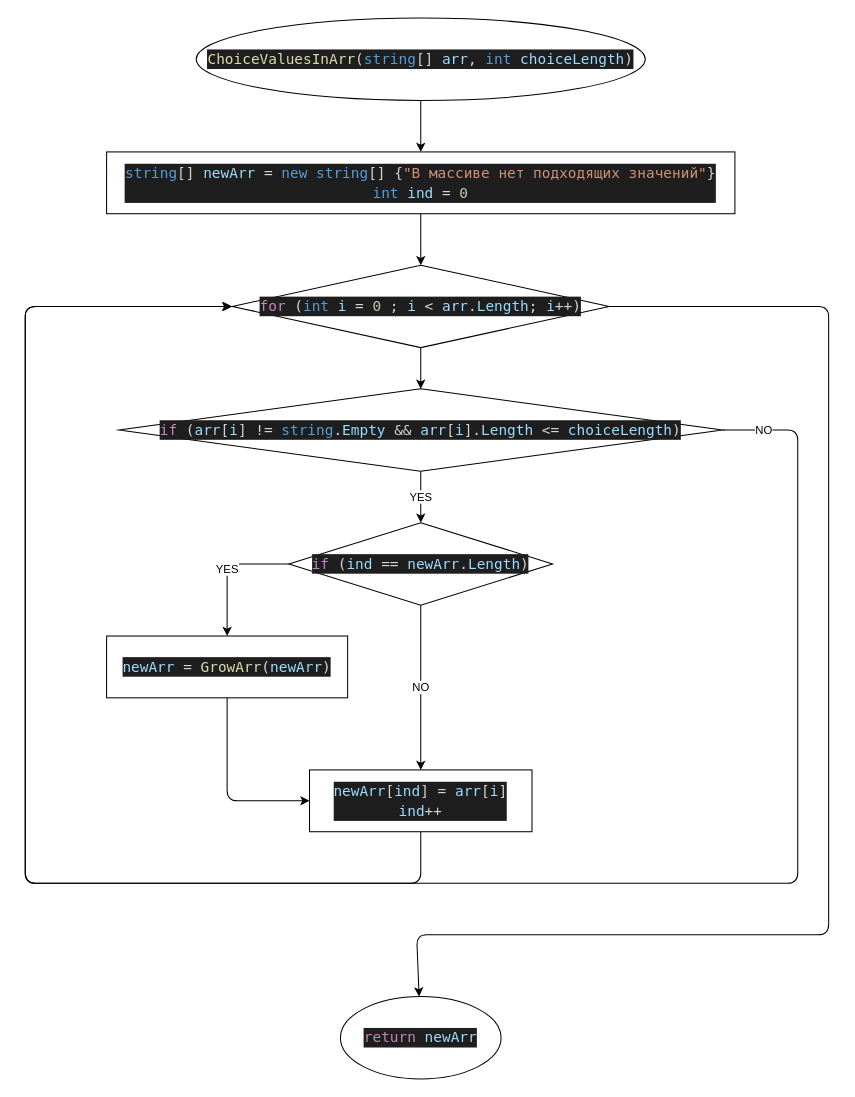
ilya-devel/task-for-choosing-a-specialization keeps this draw.io diagram as page "ChoiceValuesInArr" (5 of 5) of diagram.drawio. Above is the earlier version. Source tidied: cells renumbered, new cells numbered last; positions are measured from the earlier drawing's top-left corner, leaving out a move shared by most shapes. Both pictures are drawn from the tidied source at 103%, with x=0, y=0 at pixel (25, 18).
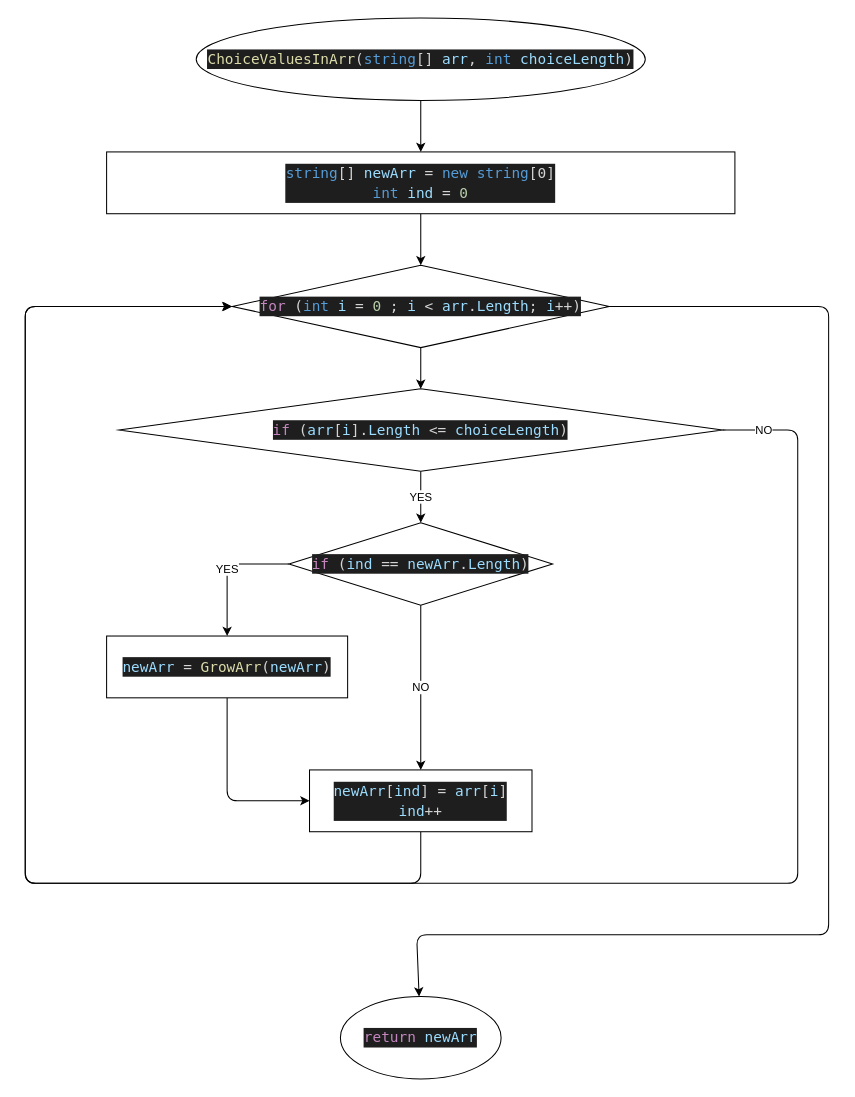
The same page after the edit.

Diff of the diagram source:
```diff
@@
-    <mxCell id="5" value="&lt;div style=&quot;color: rgb(212 , 212 , 212) ; background-color: rgb(30 , 30 , 30) ; font-family: &amp;#34;droid sans mono&amp;#34; , &amp;#34;monospace&amp;#34; , monospace ; font-size: 14px ; line-height: 19px&quot;&gt;&lt;div&gt;&lt;span style=&quot;color: #569cd6&quot;&gt;string&lt;/span&gt;[] &lt;span style=&quot;color: #9cdcfe&quot;&gt;newArr&lt;/span&gt; = &lt;span style=&quot;color: #569cd6&quot;&gt;new&lt;/span&gt; &lt;span style=&quot;color: #569cd6&quot;&gt;string&lt;/span&gt;[] {&lt;span style=&quot;color: #ce9178&quot;&gt;&quot;В массиве нет подходящих значений&quot;&lt;/span&gt;}&lt;/div&gt;&lt;div&gt;            &lt;span style=&quot;color: #569cd6&quot;&gt;int&lt;/span&gt; &lt;span style=&quot;color: #9cdcfe&quot;&gt;ind&lt;/span&gt; = &lt;span style=&quot;color: #b5cea8&quot;&gt;0&lt;/span&gt;&lt;/div&gt;&lt;/div&gt;" style="rounded=0;whiteSpace=wrap;html=1;" parent="1" vertex="1">
+    <mxCell id="5" value="&lt;div style=&quot;color: rgb(212 , 212 , 212) ; background-color: rgb(30 , 30 , 30) ; font-family: &amp;#34;droid sans mono&amp;#34; , &amp;#34;monospace&amp;#34; , monospace ; font-size: 14px ; line-height: 19px&quot;&gt;&lt;div&gt;&lt;span style=&quot;color: #569cd6&quot;&gt;string&lt;/span&gt;[] &lt;span style=&quot;color: #9cdcfe&quot;&gt;newArr&lt;/span&gt; = &lt;span style=&quot;color: #569cd6&quot;&gt;new&lt;/span&gt; &lt;span style=&quot;color: #569cd6&quot;&gt;string&lt;/span&gt;[0]&lt;/div&gt;&lt;div&gt;            &lt;span style=&quot;color: #569cd6&quot;&gt;int&lt;/span&gt; &lt;span style=&quot;color: #9cdcfe&quot;&gt;ind&lt;/span&gt; = &lt;span style=&quot;color: #b5cea8&quot;&gt;0&lt;/span&gt;&lt;/div&gt;&lt;/div&gt;" style="rounded=0;whiteSpace=wrap;html=1;" parent="1" vertex="1">
       <mxGeometry x="79" y="130" width="610" height="60" as="geometry" />
     </mxCell>
@@
-    <mxCell id="11" value="&lt;div style=&quot;color: rgb(212 , 212 , 212) ; background-color: rgb(30 , 30 , 30) ; font-family: &amp;#34;droid sans mono&amp;#34; , &amp;#34;monospace&amp;#34; , monospace ; font-size: 14px ; line-height: 19px&quot;&gt;&lt;span style=&quot;color: #c586c0&quot;&gt;if&lt;/span&gt; (&lt;span style=&quot;color: #9cdcfe&quot;&gt;arr&lt;/span&gt;[&lt;span style=&quot;color: #9cdcfe&quot;&gt;i&lt;/span&gt;] != &lt;span style=&quot;color: #569cd6&quot;&gt;string&lt;/span&gt;.&lt;span style=&quot;color: #9cdcfe&quot;&gt;Empty&lt;/span&gt; &amp;amp;&amp;amp; &lt;span style=&quot;color: #9cdcfe&quot;&gt;arr&lt;/span&gt;[&lt;span style=&quot;color: #9cdcfe&quot;&gt;i&lt;/span&gt;].&lt;span style=&quot;color: #9cdcfe&quot;&gt;Length&lt;/span&gt; &amp;lt;= &lt;span style=&quot;color: #9cdcfe&quot;&gt;choiceLength&lt;/span&gt;)&lt;/div&gt;" style="rhombus;whiteSpace=wrap;html=1;" parent="1" vertex="1">
+    <mxCell id="11" value="&lt;div style=&quot;color: rgb(212 , 212 , 212) ; background-color: rgb(30 , 30 , 30) ; font-family: &amp;#34;droid sans mono&amp;#34; , &amp;#34;monospace&amp;#34; , monospace ; font-size: 14px ; line-height: 19px&quot;&gt;&lt;span style=&quot;color: #c586c0&quot;&gt;if&lt;/span&gt; (&lt;span style=&quot;color: #9cdcfe&quot;&gt;arr&lt;/span&gt;[&lt;span style=&quot;color: #9cdcfe&quot;&gt;i&lt;/span&gt;].&lt;span style=&quot;color: #9cdcfe&quot;&gt;Length&lt;/span&gt; &amp;lt;= &lt;span style=&quot;color: #9cdcfe&quot;&gt;choiceLength&lt;/span&gt;)&lt;/div&gt;" style="rhombus;whiteSpace=wrap;html=1;" parent="1" vertex="1">
       <mxGeometry x="91" y="360" width="586" height="80" as="geometry" />
     </mxCell>
```
